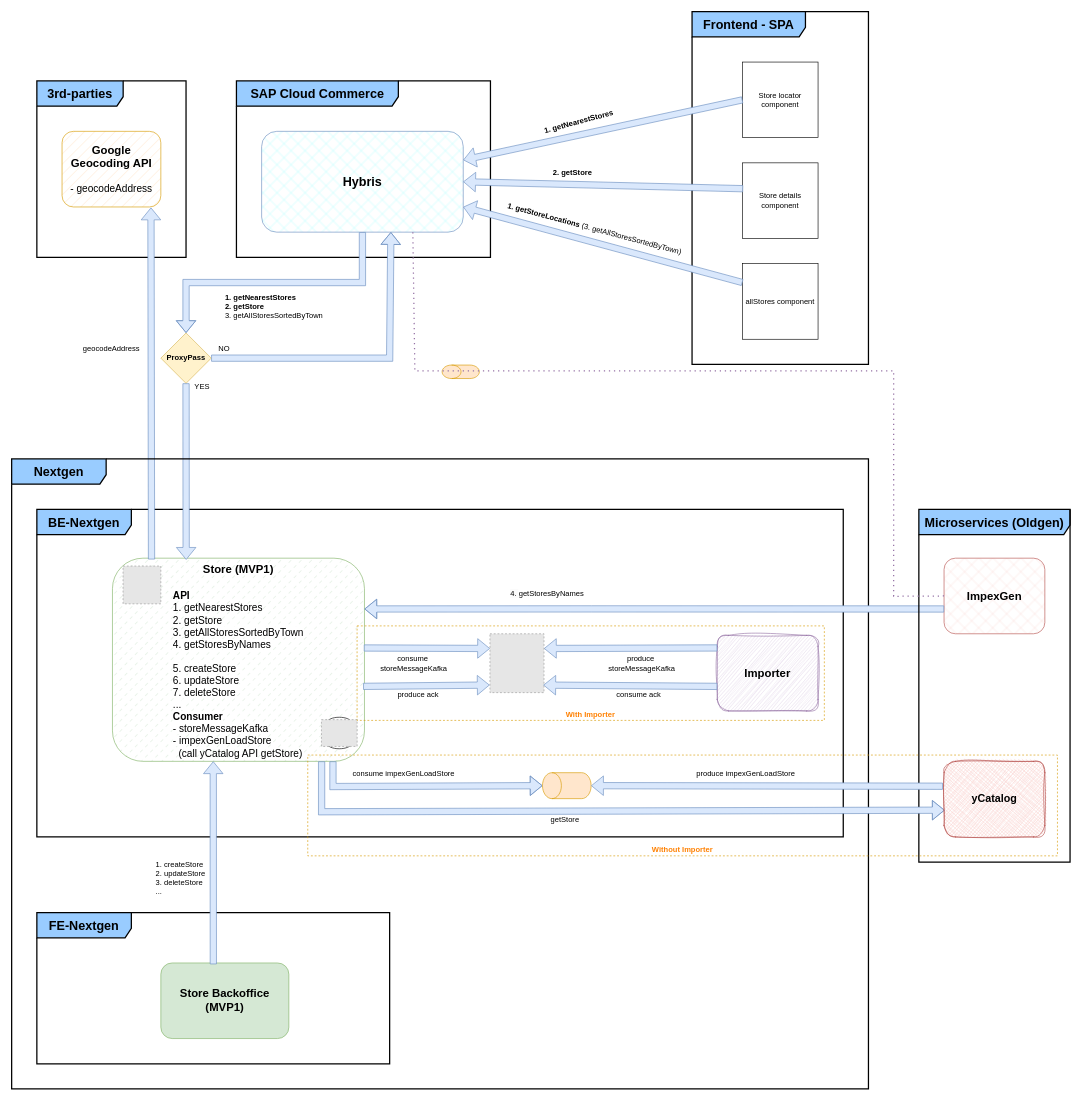
Before: graphs/store-macroservice.drawio in d-figuccia/draw-io, a draw.io diagram. Source tidied: cells renumbered, new cells numbered last; positions are measured from the earlier drawing's top-left corner, leaving out a move shared by most shapes. Both pictures are drawn from the tidied source at 63%, with x=0, y=0 at pixel (11, 11). Pictures stored in the file or linked from it are replaced by grey dashed boxes.
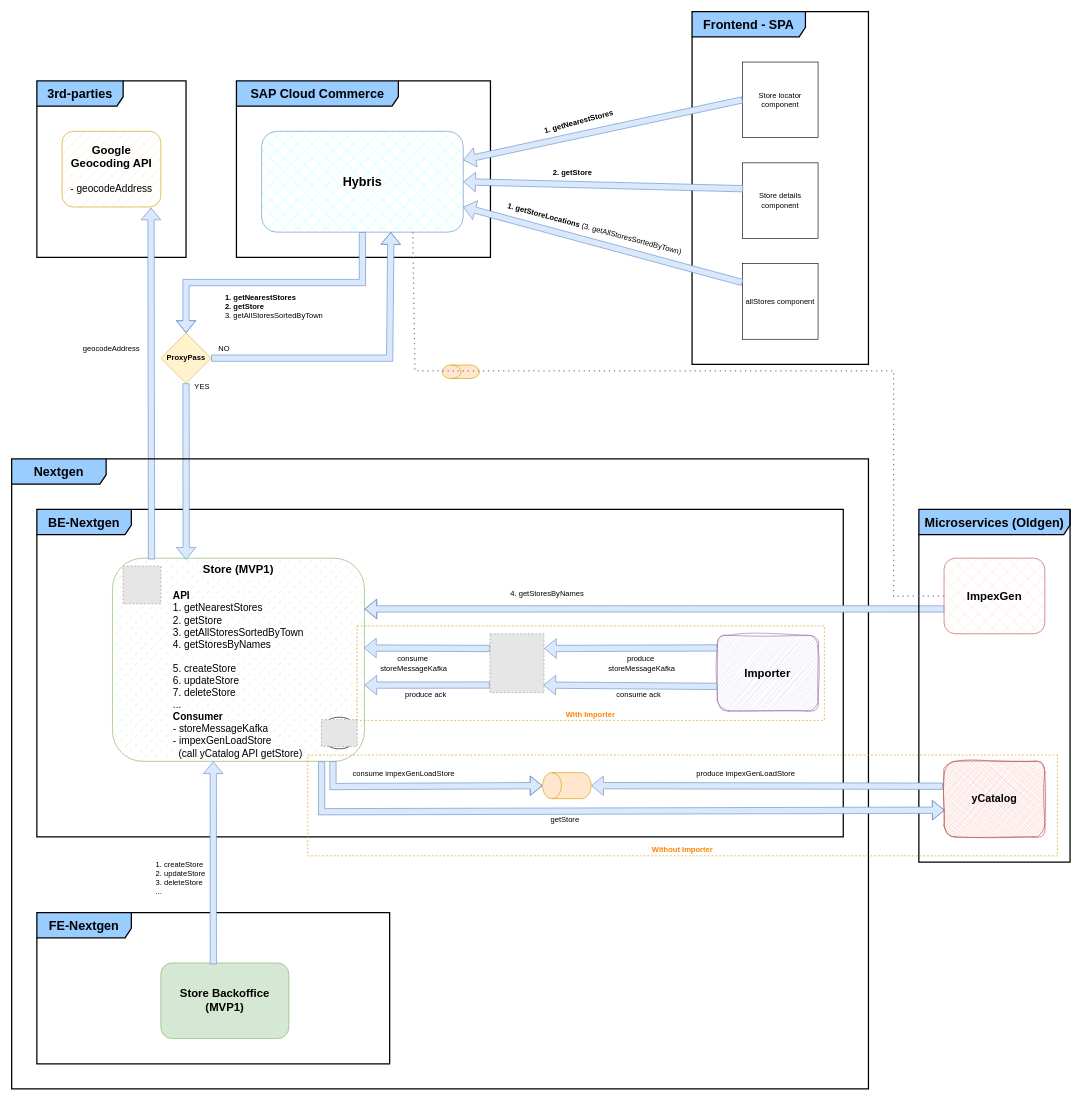
After the change.

The change refers to these unchanged cells:
```xml
<mxCell id="5" value="&lt;span style=&quot;font-size: 18px; font-weight: 700; text-align: left;&quot;&gt;Store (MVP1)&lt;/span&gt;&lt;div&gt;&lt;span style=&quot;font-size: 18px; font-weight: 700; text-align: left;&quot;&gt;&lt;br&gt;&lt;/span&gt;&lt;/div&gt;&lt;div style=&quot;text-align: left; font-size: 16px;&quot;&gt;&lt;font style=&quot;font-size: 16px;&quot;&gt;&lt;b&gt;API&lt;/b&gt;&lt;/font&gt;&lt;/div&gt;&lt;div style=&quot;text-align: left; font-size: 16px;&quot;&gt;&lt;font style=&quot;font-size: 16px;&quot;&gt;1.&amp;nbsp;&lt;span style=&quot;background-color: initial; text-align: center; text-wrap: nowrap;&quot;&gt;getNearestStores&lt;/span&gt;&lt;/font&gt;&lt;/div&gt;&lt;div style=&quot;text-align: left; font-size: 16px;&quot;&gt;&lt;font style=&quot;font-size: 16px;&quot;&gt;&lt;span style=&quot;&quot;&gt;2.&amp;nbsp;&lt;/span&gt;&lt;span style=&quot;background-color: initial; text-align: center; text-wrap: nowrap;&quot;&gt;getStore&lt;/span&gt;&lt;/font&gt;&lt;/div&gt;&lt;div style=&quot;text-align: left; font-size: 16px;&quot;&gt;&lt;font style=&quot;font-size: 16px;&quot;&gt;3.&amp;nbsp;&lt;span style=&quot;background-color: rgb(255, 255, 255); text-wrap: nowrap; text-align: center;&quot;&gt;getAllStoresSortedByTown&lt;/span&gt;&lt;/font&gt;&lt;/div&gt;&lt;div style=&quot;text-align: left; font-size: 16px;&quot;&gt;&lt;font style=&quot;font-size: 16px;&quot;&gt;&lt;span style=&quot;background-color: rgb(255, 255, 255); text-wrap: nowrap; text-align: center;&quot;&gt;4.&amp;nbsp;&lt;/span&gt;&lt;/font&gt;&lt;span style=&quot;background-color: rgb(255, 255, 255); text-wrap: nowrap; text-align: center;&quot;&gt;getStoresByNames&lt;/span&gt;&lt;/div&gt;&lt;div style=&quot;text-align: left; font-size: 16px;&quot;&gt;&lt;font style=&quot;font-size: 16px;&quot;&gt;&lt;span style=&quot;background-color: rgb(255, 255, 255); text-wrap: nowrap; text-align: center;&quot;&gt;&lt;br&gt;&lt;/span&gt;&lt;/font&gt;&lt;/div&gt;&lt;div style=&quot;text-align: left; font-size: 16px;&quot;&gt;&lt;font style=&quot;font-size: 16px;&quot;&gt;&lt;span style=&quot;background-color: rgb(255, 255, 255); text-wrap: nowrap; text-align: center;&quot;&gt;5. createStore&lt;/span&gt;&lt;/font&gt;&lt;/div&gt;&lt;div style=&quot;text-align: left; font-size: 16px;&quot;&gt;&lt;font style=&quot;font-size: 16px;&quot;&gt;&lt;span style=&quot;background-color: rgb(255, 255, 255); text-wrap: nowrap; text-align: center;&quot;&gt;6. updateStore&lt;/span&gt;&lt;/font&gt;&lt;/div&gt;&lt;div style=&quot;text-align: left; font-size: 16px;&quot;&gt;&lt;font style=&quot;font-size: 16px;&quot;&gt;&lt;span style=&quot;background-color: rgb(255, 255, 255); text-wrap: nowrap; text-align: center;&quot;&gt;7. deleteStore&lt;/span&gt;&lt;/font&gt;&lt;/div&gt;&lt;div style=&quot;text-align: left; font-size: 16px;&quot;&gt;&lt;font style=&quot;font-size: 16px;&quot;&gt;&lt;span style=&quot;background-color: rgb(255, 255, 255); text-wrap: nowrap; text-align: center;&quot;&gt;...&lt;/span&gt;&lt;/font&gt;&lt;span style=&quot;background-color: rgb(255, 255, 255); text-align: center; text-wrap: nowrap;&quot;&gt;&amp;nbsp;&lt;/span&gt;&lt;/div&gt;&lt;div style=&quot;text-align: left; font-size: 16px;&quot;&gt;&lt;font style=&quot;font-size: 16px;&quot;&gt;&lt;span style=&quot;background-color: rgb(255, 255, 255); text-wrap: nowrap; text-align: center;&quot;&gt;&lt;b&gt;Consumer&lt;/b&gt;&lt;/span&gt;&lt;/font&gt;&lt;/div&gt;&lt;div style=&quot;text-align: left; font-size: 16px;&quot;&gt;&lt;font style=&quot;font-size: 16px;&quot;&gt;&lt;span style=&quot;background-color: rgb(255, 255, 255); text-wrap: nowrap; text-align: center;&quot;&gt;- storeMessageKafka&lt;/span&gt;&lt;/font&gt;&lt;/div&gt;&lt;div style=&quot;text-align: left;&quot;&gt;&lt;font style=&quot;font-size: 16px;&quot;&gt;&lt;span style=&quot;background-color: rgb(255, 255, 255); text-wrap: nowrap; text-align: center;&quot;&gt;-&amp;nbsp;&lt;/span&gt;&lt;/font&gt;&lt;span style=&quot;background-color: initial; text-align: center; font-size: 16px; text-wrap: nowrap;&quot;&gt;impexGenLoadStore&amp;nbsp;&lt;/span&gt;&lt;/div&gt;&lt;div style=&quot;text-align: left;&quot;&gt;&lt;span style=&quot;background-color: initial; text-align: center; font-size: 16px; text-wrap: nowrap;&quot;&gt;&amp;nbsp; (call yCatalog API getStore)&lt;/span&gt;&lt;/div&gt;" style="rounded=1;whiteSpace=wrap;html=1;glass=0;shadow=0;fillColor=#d5e8d4;strokeColor=#82b366;fillStyle=dashed;verticalAlign=top;" parent="1" vertex="1">
  <mxGeometry x="160" y="867.5" width="400" height="322.5" as="geometry" />
</mxCell>
<mxCell id="45" style="fillColor=#E6E6E6;strokeColor=#999999;dashed=1;verticalLabelPosition=bottom;labelBackgroundColor=default;verticalAlign=top;" parent="1" vertex="1">
  <mxGeometry x="759.2" y="987.5" width="85.8" height="93.4" as="geometry" />
</mxCell>
```

Diff of the diagram source:
```diff
@@
-    <mxCell id="6" style="shape=flexArrow;endArrow=classic;html=1;rounded=0;fillColor=#dae8fc;strokeColor=#6c8ebf;entryX=0;entryY=0.25;entryDx=0;entryDy=0;exitX=0.998;exitY=0.442;exitDx=0;exitDy=0;exitPerimeter=0;" parent="1" edge="1" source="5" target="45">
+    <mxCell id="6" style="shape=flexArrow;endArrow=classic;html=1;rounded=0;fillColor=#dae8fc;strokeColor=#6c8ebf;entryX=0.998;entryY=0.442;entryDx=0;entryDy=0;exitX=0;exitY=0.25;exitDx=0;exitDy=0;entryPerimeter=0;" parent="1" edge="1" source="45" target="5">
       <mxGeometry relative="1" as="geometry" />
     </mxCell>
@@
+    <mxCell id="53" style="shape=flexArrow;endArrow=classic;html=1;rounded=0;fillColor=#dae8fc;strokeColor=#6c8ebf;exitX=-0.006;exitY=0.871;exitDx=0;exitDy=0;exitPerimeter=0;" parent="1" edge="1" source="45">
+      <mxGeometry relative="1" as="geometry">
+        <mxPoint x="560" y="1069" as="targetPoint" />
+      </mxGeometry>
+    </mxCell>
@@
-    <mxCell id="53" style="shape=flexArrow;endArrow=classic;html=1;rounded=0;entryX=-0.006;entryY=0.871;entryDx=0;entryDy=0;entryPerimeter=0;fillColor=#dae8fc;strokeColor=#6c8ebf;exitX=0.995;exitY=0.631;exitDx=0;exitDy=0;exitPerimeter=0;" parent="1" edge="1" source="5" target="45">
-      <mxGeometry relative="1" as="geometry" />
-    </mxCell>
@@
     <mxCell id="55" value="produce ack" style="text;html=1;align=center;verticalAlign=middle;strokeColor=none;fillColor=none;labelBackgroundColor=default;" parent="1" vertex="1">
-      <mxGeometry x="600" y="1070" width="90" height="30" as="geometry" />
+      <mxGeometry x="612.1" y="1070" width="90" height="30" as="geometry" />
     </mxCell>
```
